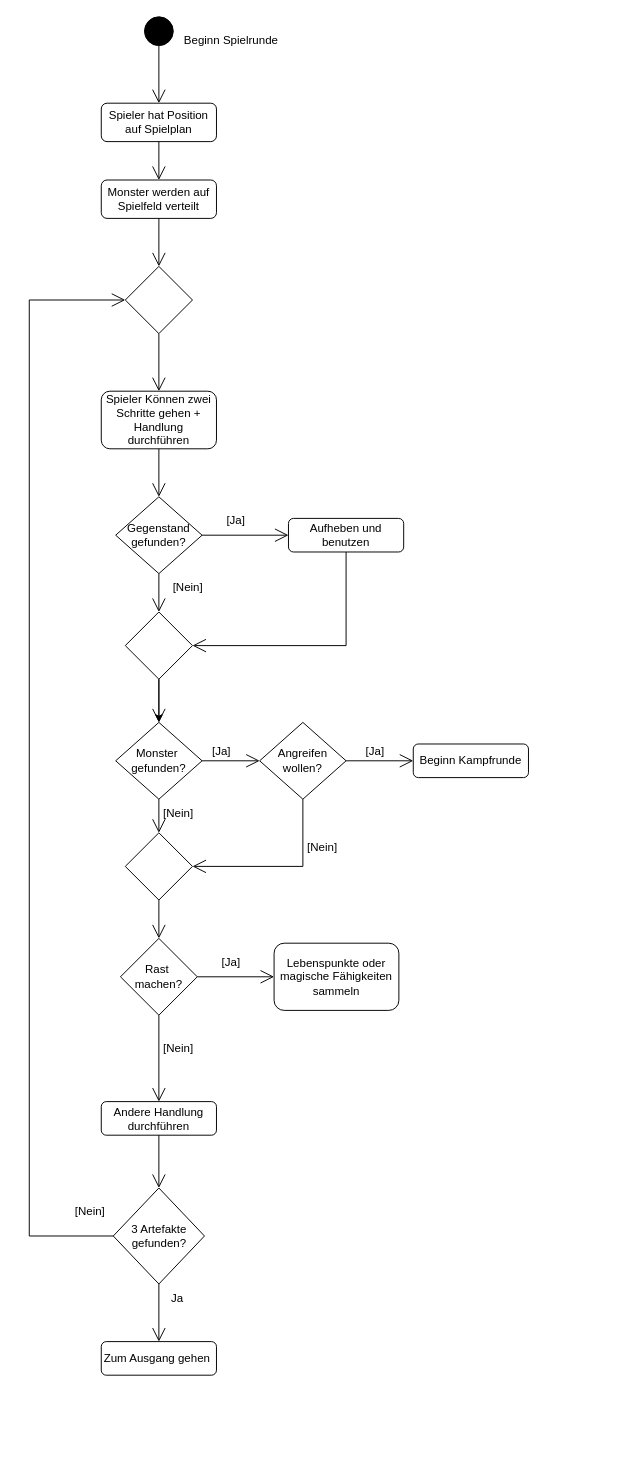
Before: src/template/Spielrunde/Spielrunde.drawio in Nasanin-Parast/Rollenspiel, a draw.io diagram. Source tidied: cells renumbered, new cells numbered last; positions are measured from the earlier drawing's top-left corner, leaving out a move shared by most shapes. Both pictures are drawn from the tidied source at 96%, with x=0, y=0 at pixel (29, 16).
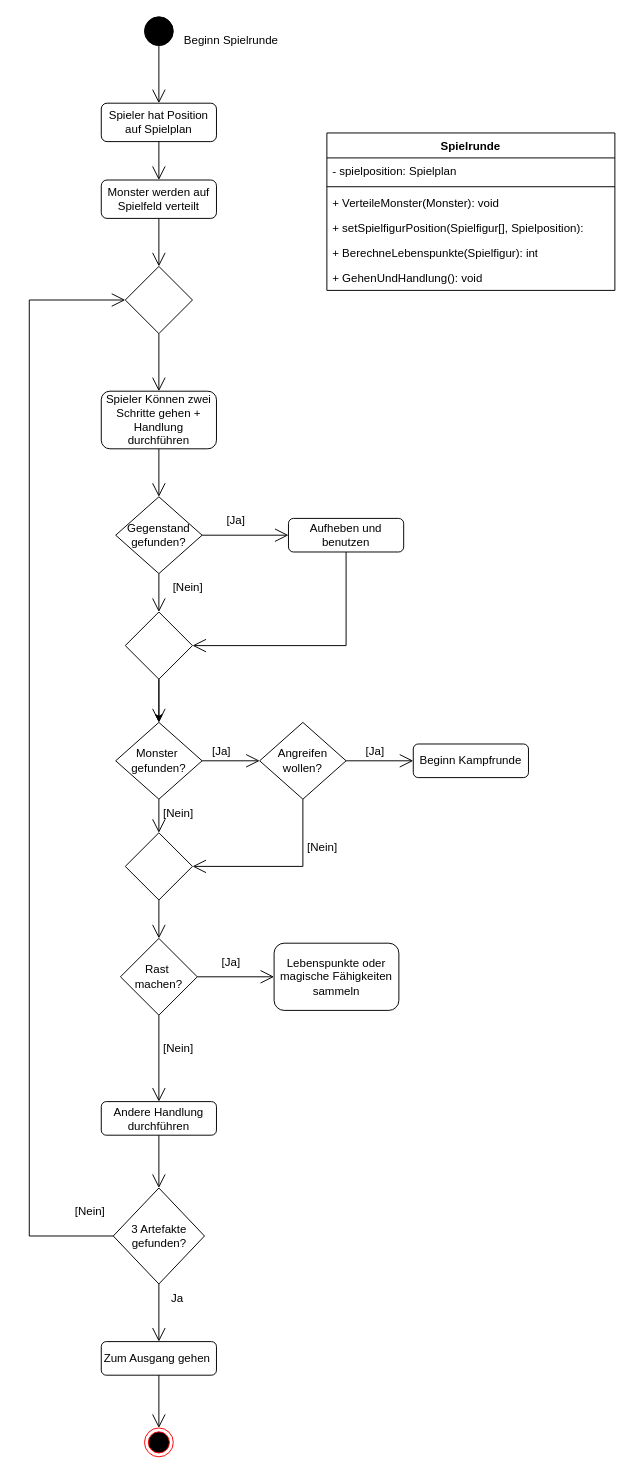
The same diagram, later.

Commit message:
Diagramm Spielrunde

Unchanged cells that the change refers to:
```xml
<mxCell id="11" value="Zum Ausgang gehen&amp;nbsp;" style="rounded=1;whiteSpace=wrap;html=1;" parent="1" vertex="1">
  <mxGeometry x="75" y="1380" width="120" height="35" as="geometry" />
</mxCell>
```

The edit, as a diff of the source:
```diff
@@
+    <mxCell id="50" value="Spielrunde" style="swimlane;fontStyle=1;align=center;verticalAlign=top;horizontal=1;startSize=26;whiteSpace=wrap;html=1;" parent="1" vertex="1">
+      <mxGeometry x="310" y="121" width="300" height="164" as="geometry" />
+    </mxCell>
+    <mxCell id="51" value="- spielposition: Spielplan" style="text;strokeColor=none;fillColor=none;align=left;verticalAlign=top;spacingLeft=4;spacingRight=4;overflow=hidden;whiteSpace=wrap;html=1;" parent="50" vertex="1">
+      <mxGeometry y="26" width="300" height="26" as="geometry" />
+    </mxCell>
+    <mxCell id="52" style="line;strokeWidth=1;fillColor=none;align=left;verticalAlign=middle;spacingTop=-1;spacingLeft=3;spacingRight=3;labelPosition=right;strokeColor=inherit;" parent="50" vertex="1">
+      <mxGeometry y="52" width="300" height="8" as="geometry" />
+    </mxCell>
+    <mxCell id="53" value="+ VerteileMonster(Monster): void" style="text;strokeColor=none;fillColor=none;align=left;verticalAlign=top;spacingLeft=4;spacingRight=4;overflow=hidden;whiteSpace=wrap;html=1;" parent="50" vertex="1">
+      <mxGeometry y="60" width="300" height="26" as="geometry" />
+    </mxCell>
+    <mxCell id="54" value="+ setSpielfigurPosition(Spielfigur[], Spielposition):&amp;nbsp;" style="text;strokeColor=none;fillColor=none;align=left;verticalAlign=top;spacingLeft=4;spacingRight=4;overflow=hidden;whiteSpace=wrap;html=1;" parent="50" vertex="1">
+      <mxGeometry y="86" width="300" height="26" as="geometry" />
+    </mxCell>
+    <mxCell id="55" value="+ BerechneLebenspunkte(Spielfigur): int" style="text;strokeColor=none;fillColor=none;align=left;verticalAlign=top;spacingLeft=4;spacingRight=4;overflow=hidden;whiteSpace=wrap;html=1;" parent="50" vertex="1">
+      <mxGeometry y="112" width="300" height="26" as="geometry" />
+    </mxCell>
+    <mxCell id="56" value="+ GehenUndHandlung(): void" style="text;strokeColor=none;fillColor=none;align=left;verticalAlign=top;spacingLeft=4;spacingRight=4;overflow=hidden;whiteSpace=wrap;html=1;" parent="50" vertex="1">
+      <mxGeometry y="138" width="300" height="26" as="geometry" />
+    </mxCell>
+    <mxCell id="57" style="ellipse;html=1;shape=endState;fillColor=#000000;strokeColor=#ff0000;" parent="1" vertex="1">
+      <mxGeometry x="120" y="1470" width="30" height="30" as="geometry" />
+    </mxCell>
+    <mxCell id="58" style="endArrow=open;endFill=1;endSize=12;html=1;rounded=0;exitX=0.5;exitY=1;exitDx=0;exitDy=0;entryX=0.5;entryY=0;entryDx=0;entryDy=0;" parent="1" edge="1" source="11" target="57">
+      <mxGeometry relative="1" as="geometry" />
+    </mxCell>
```
